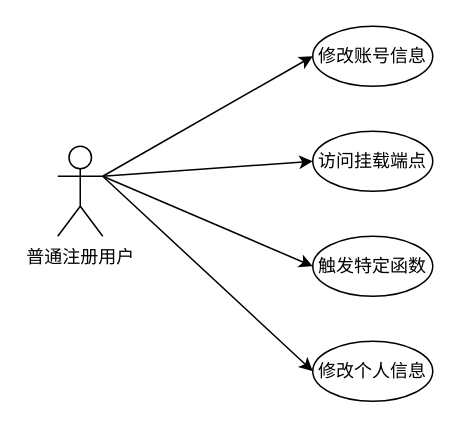
Before: docs/essay/普通注册用户用例图.drawio in phil616/rpic, a draw.io diagram. Source tidied: cells renumbered, new cells numbered last; positions are measured from the earlier drawing's top-left corner, leaving out a move shared by most shapes. Both pictures are drawn from the tidied source at 150%, with x=0, y=0 at pixel (57, 26).
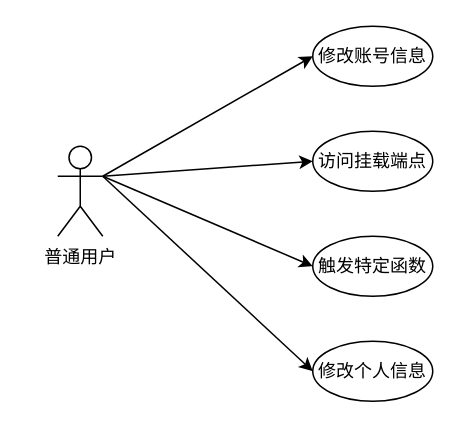
The same page after the edit.

The edit, as a diff of the source:
```diff
@@
 <mxGraphModel>
   <root>
     <mxCell id="0" />
     <mxCell id="1" parent="0" />
     <mxCell id="2" style="rounded=0;jettySize=auto;html=1;exitX=1;exitY=0.3333333333333333;exitDx=0;exitDy=0;exitPerimeter=0;entryX=0;entryY=0.5;entryDx=0;entryDy=0;" parent="1" edge="1" source="6" target="7">
       <mxGeometry relative="1" as="geometry" />
     </mxCell>
     <mxCell id="3" style="edgeStyle=none;rounded=0;jettySize=auto;html=1;exitX=1;exitY=0.3333333333333333;exitDx=0;exitDy=0;exitPerimeter=0;entryX=0;entryY=0.5;entryDx=0;entryDy=0;" parent="1" edge="1" source="6" target="8">
       <mxGeometry relative="1" as="geometry" />
     </mxCell>
     <mxCell id="4" style="edgeStyle=none;rounded=0;jettySize=auto;html=1;exitX=1;exitY=0.3333333333333333;exitDx=0;exitDy=0;exitPerimeter=0;entryX=0;entryY=0.5;entryDx=0;entryDy=0;" parent="1" edge="1" source="6" target="9">
       <mxGeometry relative="1" as="geometry" />
     </mxCell>
     <mxCell id="5" style="edgeStyle=none;rounded=0;jettySize=auto;html=1;exitX=1;exitY=0.3333333333333333;exitDx=0;exitDy=0;exitPerimeter=0;entryX=0;entryY=0.5;entryDx=0;entryDy=0;" parent="1" edge="1" source="6" target="10">
       <mxGeometry relative="1" as="geometry" />
     </mxCell>
-    <mxCell id="6" value="普通注册用户" style="shape=umlActor;verticalLabelPosition=bottom;verticalAlign=top;html=1;outlineConnect=0;" parent="1" vertex="1">
+    <mxCell id="6" value="普通用户" style="shape=umlActor;verticalLabelPosition=bottom;verticalAlign=top;html=1;outlineConnect=0;" parent="1" vertex="1">
       <mxGeometry y="80" width="30" height="60" as="geometry" />
     </mxCell>
     <mxCell id="7" value="修改账号信息" style="ellipse;whiteSpace=wrap;html=1;" parent="1" vertex="1">
       <mxGeometry x="170" width="80" height="40" as="geometry" />
     </mxCell>
     <mxCell id="8" value="访问挂载端点" style="ellipse;whiteSpace=wrap;html=1;" parent="1" vertex="1">
       <mxGeometry x="170" y="70" width="80" height="40" as="geometry" />
     </mxCell>
     <mxCell id="9" value="触发特定函数" style="ellipse;whiteSpace=wrap;html=1;" parent="1" vertex="1">
       <mxGeometry x="170" y="140" width="80" height="40" as="geometry" />
     </mxCell>
     <mxCell id="10" value="修改个人信息" style="ellipse;whiteSpace=wrap;html=1;" parent="1" vertex="1">
       <mxGeometry x="170" y="210" width="80" height="40" as="geometry" />
     </mxCell>
   </root>
 </mxGraphModel>
```
